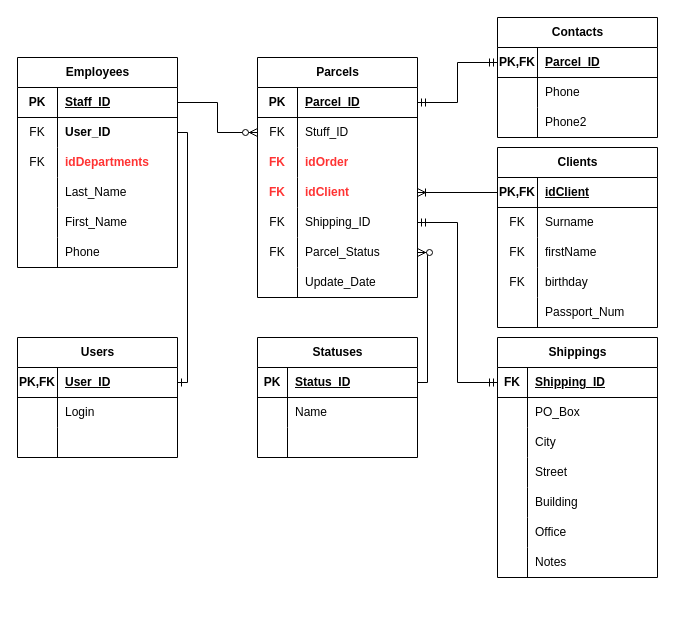
Earlier version of the draw.io diagram HW DB/DeliveryOrder.drawio.xml (vnukov-vv/AlfaCampus-SA). Source tidied: cells renumbered, new cells numbered last; positions are measured from the earlier drawing's top-left corner, leaving out a move shared by most shapes. Both pictures are drawn from the tidied source at 100%, with x=0, y=0 at pixel (17, 17).
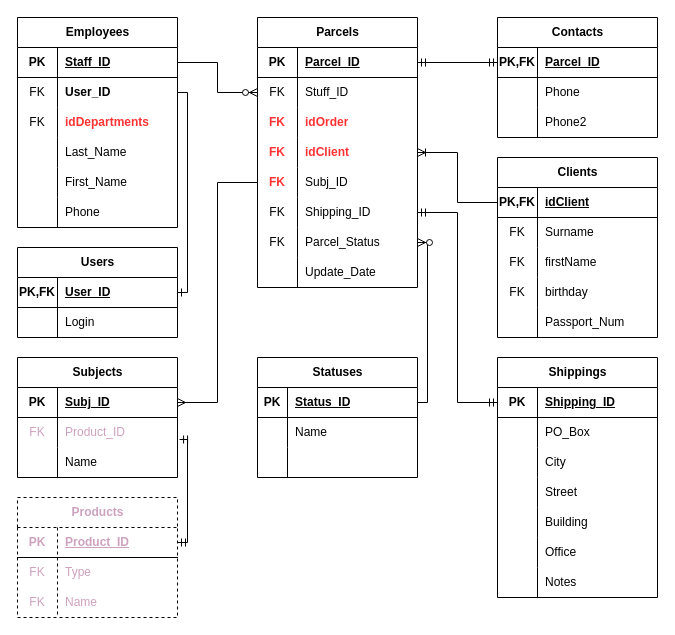
Above is the later version.

The change refers to these unchanged cells:
```xml
<mxCell id="61" style="shape=tableRow;horizontal=0;startSize=0;swimlaneHead=0;swimlaneBody=0;fillColor=none;points=[[0,0.5],[1,0.5]];portConstraint=eastwest;top=0;left=0;right=0;bottom=1;" parent="60" vertex="1">
  <mxGeometry y="30" width="160" height="30" as="geometry" />
</mxCell>
<mxCell id="64" style="shape=tableRow;horizontal=0;startSize=0;swimlaneHead=0;swimlaneBody=0;fillColor=none;top=0;left=0;right=0;bottom=0;" parent="60" vertex="1">
  <mxGeometry y="60" width="160" height="30" as="geometry" />
</mxCell>
<mxCell id="67" style="shape=tableRow;horizontal=0;startSize=0;swimlaneHead=0;swimlaneBody=0;fillColor=none;top=0;left=0;right=0;bottom=0;" parent="60" vertex="1">
  <mxGeometry y="90" width="160" height="30" as="geometry" />
</mxCell>
<mxCell id="70" style="shape=tableRow;horizontal=0;startSize=0;swimlaneHead=0;swimlaneBody=0;fillColor=none;top=0;left=0;right=0;bottom=0;" parent="60" vertex="1">
  <mxGeometry y="120" width="160" height="30" as="geometry" />
</mxCell>
<mxCell id="73" style="shape=tableRow;horizontal=0;startSize=0;swimlaneHead=0;swimlaneBody=0;fillColor=none;top=0;left=0;right=0;bottom=0;" parent="60" vertex="1">
  <mxGeometry y="150" width="160" height="30" as="geometry" />
</mxCell>
<mxCell id="76" style="shape=tableRow;horizontal=0;startSize=0;swimlaneHead=0;swimlaneBody=0;fillColor=none;top=0;left=0;right=0;bottom=0;" parent="60" vertex="1">
  <mxGeometry y="180" width="160" height="30" as="geometry" />
</mxCell>
<mxCell id="79" style="shape=tableRow;horizontal=0;startSize=0;swimlaneHead=0;swimlaneBody=0;fillColor=none;top=0;left=0;right=0;bottom=0;" parent="60" vertex="1">
  <mxGeometry y="210" width="160" height="30" as="geometry" />
</mxCell>
```

What changed in the source:
```diff
@@
     <mxCell id="2" value="Users" style="shape=table;startSize=30;childLayout=tableLayout;rowLines=0;fontStyle=1;align=center;html=1;" parent="1" vertex="1">
-      <mxGeometry y="320" width="160" height="120" as="geometry" />
+      <mxGeometry y="230" width="160" height="90" as="geometry" />
     </mxCell>
@@
-    <mxCell id="9" style="shape=tableRow;horizontal=0;startSize=0;swimlaneHead=0;swimlaneBody=0;fillColor=none;top=0;left=0;right=0;bottom=0;" parent="2" vertex="1">
-      <mxGeometry y="90" width="160" height="30" as="geometry" />
-    </mxCell>
-    <mxCell id="10" style="shape=partialRectangle;fillColor=none;top=0;left=0;bottom=0;right=0;overflow=hidden;whiteSpace=wrap;html=1;" parent="9" vertex="1">
-      <mxGeometry width="40" height="30" as="geometry" />
-    </mxCell>
-    <mxCell id="11" style="shape=partialRectangle;fillColor=none;top=0;left=0;bottom=0;right=0;align=left;spacingLeft=6;overflow=hidden;whiteSpace=wrap;html=1;" parent="9" vertex="1">
-      <mxGeometry x="40" width="120" height="30" as="geometry" />
-    </mxCell>
     <mxCell id="12" value="Parcels" style="shape=table;startSize=30;childLayout=tableLayout;rowLines=0;fontStyle=1;align=center;html=1;" parent="1" vertex="1">
-      <mxGeometry x="240" y="40" width="160" height="240" as="geometry" />
+      <mxGeometry x="240" width="160" height="270" as="geometry" />
     </mxCell>
@@
+    <mxCell id="117" style="shape=tableRow;horizontal=0;startSize=0;swimlaneHead=0;swimlaneBody=0;fillColor=none;points=[[0,0.5],[1,0.5]];portConstraint=eastwest;top=0;left=0;right=0;bottom=0;" parent="12" vertex="1">
+      <mxGeometry y="150" width="160" height="30" as="geometry" />
+    </mxCell>
+    <mxCell id="118" value="&lt;font color=&quot;#ff3333&quot;&gt;&lt;b&gt;FK&lt;/b&gt;&lt;/font&gt;" style="shape=partialRectangle;fillColor=none;top=0;left=0;bottom=0;right=0;overflow=hidden;whiteSpace=wrap;html=1;" parent="117" vertex="1">
+      <mxGeometry width="40" height="30" as="geometry" />
+    </mxCell>
+    <mxCell id="119" value="Subj_ID" style="shape=partialRectangle;fillColor=none;top=0;left=0;bottom=0;right=0;align=left;spacingLeft=6;overflow=hidden;whiteSpace=wrap;html=1;" parent="117" vertex="1">
+      <mxGeometry x="40" width="120" height="30" as="geometry" />
+    </mxCell>
     <mxCell id="25" style="shape=tableRow;horizontal=0;startSize=0;swimlaneHead=0;swimlaneBody=0;fillColor=none;points=[[0,0.5],[1,0.5]];portConstraint=eastwest;top=0;left=0;right=0;bottom=0;" parent="12" vertex="1">
-      <mxGeometry y="150" width="160" height="30" as="geometry" />
+      <mxGeometry y="180" width="160" height="30" as="geometry" />
     </mxCell>
@@
     <mxCell id="28" style="shape=tableRow;horizontal=0;startSize=0;swimlaneHead=0;swimlaneBody=0;fillColor=none;points=[[0,0.5],[1,0.5]];portConstraint=eastwest;top=0;left=0;right=0;bottom=0;" parent="12" vertex="1">
-      <mxGeometry y="180" width="160" height="30" as="geometry" />
+      <mxGeometry y="210" width="160" height="30" as="geometry" />
     </mxCell>
@@
     <mxCell id="31" style="shape=tableRow;horizontal=0;startSize=0;swimlaneHead=0;swimlaneBody=0;fillColor=none;top=0;left=0;right=0;bottom=0;" parent="12" vertex="1">
-      <mxGeometry y="210" width="160" height="30" as="geometry" />
+      <mxGeometry y="240" width="160" height="30" as="geometry" />
     </mxCell>
@@
     <mxCell id="34" value="Statuses" style="shape=table;startSize=30;childLayout=tableLayout;rowLines=0;fontStyle=1;align=center;html=1;" parent="1" vertex="1">
-      <mxGeometry x="240" y="320" width="160" height="120" as="geometry" />
+      <mxGeometry x="240" y="340" width="160" height="120" as="geometry" />
     </mxCell>
@@
     <mxCell id="44" value="Clients" style="shape=table;startSize=30;childLayout=tableLayout;rowLines=0;fontStyle=1;align=center;html=1;" parent="1" vertex="1">
-      <mxGeometry x="480" y="130" width="160" height="180" as="geometry" />
+      <mxGeometry x="480" y="140" width="160" height="180" as="geometry" />
     </mxCell>
@@
     <mxCell id="60" value="Shippings" style="shape=table;startSize=30;childLayout=tableLayout;rowLines=0;fontStyle=1;align=center;html=1;" parent="1" vertex="1">
-      <mxGeometry x="480" y="320" width="160" height="240" as="geometry" />
+      <mxGeometry x="480" y="340" width="160" height="240" as="geometry" />
     </mxCell>
@@
-    <mxCell id="62" value="FK" style="shape=partialRectangle;fillColor=none;top=0;left=0;bottom=0;right=0;fontStyle=1;overflow=hidden;whiteSpace=wrap;html=1;" parent="61" vertex="1">
-      <mxGeometry width="30" height="30" as="geometry" />
+    <mxCell id="62" value="PK" style="shape=partialRectangle;fillColor=none;top=0;left=0;bottom=0;right=0;fontStyle=1;overflow=hidden;whiteSpace=wrap;html=1;" parent="61" vertex="1">
+      <mxGeometry width="40" height="30" as="geometry" />
     </mxCell>
     <mxCell id="63" value="Shipping_ID" style="shape=partialRectangle;fillColor=none;top=0;left=0;bottom=0;right=0;align=left;spacingLeft=6;fontStyle=5;overflow=hidden;whiteSpace=wrap;html=1;" parent="61" vertex="1">
-      <mxGeometry x="30" width="130" height="30" as="geometry" />
+      <mxGeometry x="40" width="120" height="30" as="geometry" />
     </mxCell>
@@
     <mxCell id="65" style="shape=partialRectangle;fillColor=none;top=0;left=0;bottom=0;right=0;overflow=hidden;whiteSpace=wrap;html=1;" parent="64" vertex="1">
-      <mxGeometry width="30" height="30" as="geometry" />
+      <mxGeometry width="40" height="30" as="geometry" />
     </mxCell>
     <mxCell id="66" value="PO_Box" style="shape=partialRectangle;fillColor=none;top=0;left=0;bottom=0;right=0;align=left;spacingLeft=6;overflow=hidden;whiteSpace=wrap;html=1;" parent="64" vertex="1">
-      <mxGeometry x="30" width="130" height="30" as="geometry" />
+      <mxGeometry x="40" width="120" height="30" as="geometry" />
     </mxCell>
@@
     <mxCell id="68" style="shape=partialRectangle;fillColor=none;top=0;left=0;bottom=0;right=0;overflow=hidden;whiteSpace=wrap;html=1;" parent="67" vertex="1">
-      <mxGeometry width="30" height="30" as="geometry" />
+      <mxGeometry width="40" height="30" as="geometry" />
     </mxCell>
     <mxCell id="69" value="City" style="shape=partialRectangle;fillColor=none;top=0;left=0;bottom=0;right=0;align=left;spacingLeft=6;overflow=hidden;whiteSpace=wrap;html=1;" parent="67" vertex="1">
-      <mxGeometry x="30" width="130" height="30" as="geometry" />
+      <mxGeometry x="40" width="120" height="30" as="geometry" />
     </mxCell>
@@
     <mxCell id="71" style="shape=partialRectangle;fillColor=none;top=0;left=0;bottom=0;right=0;overflow=hidden;whiteSpace=wrap;html=1;" parent="70" vertex="1">
-      <mxGeometry width="30" height="30" as="geometry" />
+      <mxGeometry width="40" height="30" as="geometry" />
     </mxCell>
     <mxCell id="72" value="Street" style="shape=partialRectangle;fillColor=none;top=0;left=0;bottom=0;right=0;align=left;spacingLeft=6;overflow=hidden;whiteSpace=wrap;html=1;" parent="70" vertex="1">
-      <mxGeometry x="30" width="130" height="30" as="geometry" />
+      <mxGeometry x="40" width="120" height="30" as="geometry" />
     </mxCell>
@@
     <mxCell id="74" style="shape=partialRectangle;fillColor=none;top=0;left=0;bottom=0;right=0;overflow=hidden;whiteSpace=wrap;html=1;" parent="73" vertex="1">
-      <mxGeometry width="30" height="30" as="geometry" />
+      <mxGeometry width="40" height="30" as="geometry" />
     </mxCell>
     <mxCell id="75" value="Building" style="shape=partialRectangle;fillColor=none;top=0;left=0;bottom=0;right=0;align=left;spacingLeft=6;overflow=hidden;whiteSpace=wrap;html=1;" parent="73" vertex="1">
-      <mxGeometry x="30" width="130" height="30" as="geometry" />
+      <mxGeometry x="40" width="120" height="30" as="geometry" />
     </mxCell>
@@
     <mxCell id="77" style="shape=partialRectangle;fillColor=none;top=0;left=0;bottom=0;right=0;overflow=hidden;whiteSpace=wrap;html=1;" parent="76" vertex="1">
-      <mxGeometry width="30" height="30" as="geometry" />
+      <mxGeometry width="40" height="30" as="geometry" />
     </mxCell>
     <mxCell id="78" value="Office" style="shape=partialRectangle;fillColor=none;top=0;left=0;bottom=0;right=0;align=left;spacingLeft=6;overflow=hidden;whiteSpace=wrap;html=1;" parent="76" vertex="1">
-      <mxGeometry x="30" width="130" height="30" as="geometry" />
+      <mxGeometry x="40" width="120" height="30" as="geometry" />
     </mxCell>
@@
     <mxCell id="80" style="shape=partialRectangle;fillColor=none;top=0;left=0;bottom=0;right=0;overflow=hidden;whiteSpace=wrap;html=1;" parent="79" vertex="1">
-      <mxGeometry width="30" height="30" as="geometry" />
+      <mxGeometry width="40" height="30" as="geometry" />
     </mxCell>
     <mxCell id="81" value="Notes" style="shape=partialRectangle;fillColor=none;top=0;left=0;bottom=0;right=0;align=left;spacingLeft=6;overflow=hidden;whiteSpace=wrap;html=1;" parent="79" vertex="1">
-      <mxGeometry x="30" width="130" height="30" as="geometry" />
+      <mxGeometry x="40" width="120" height="30" as="geometry" />
     </mxCell>
     <mxCell id="82" value="Employees" style="shape=table;startSize=30;childLayout=tableLayout;rowLines=0;fontStyle=1;align=center;html=1;" parent="1" vertex="1">
-      <mxGeometry y="40" width="160" height="210" as="geometry" />
+      <mxGeometry width="160" height="210" as="geometry" />
     </mxCell>
@@
+    <mxCell id="120" value="&lt;font&gt;Products&lt;/font&gt;" style="shape=table;startSize=30;childLayout=tableLayout;rowLines=0;fontStyle=1;align=center;html=1;dashed=1;fontColor=#CDA2BE;" parent="1" vertex="1">
+      <mxGeometry y="480" width="160" height="120" as="geometry" />
+    </mxCell>
+    <mxCell id="121" style="shape=tableRow;horizontal=0;startSize=0;swimlaneHead=0;swimlaneBody=0;fillColor=none;points=[[0,0.5],[1,0.5]];portConstraint=eastwest;top=0;left=0;right=0;bottom=1;fontColor=#CDA2BE;" parent="120" vertex="1">
+      <mxGeometry y="30" width="160" height="30" as="geometry" />
+    </mxCell>
+    <mxCell id="122" value="PK" style="shape=partialRectangle;fillColor=none;top=0;left=0;bottom=0;right=0;fontStyle=1;overflow=hidden;whiteSpace=wrap;html=1;fontColor=#CDA2BE;" parent="121" vertex="1">
+      <mxGeometry width="40" height="30" as="geometry" />
+    </mxCell>
+    <mxCell id="123" value="Product_ID" style="shape=partialRectangle;fillColor=none;top=0;left=0;bottom=0;right=0;align=left;spacingLeft=6;fontStyle=5;overflow=hidden;whiteSpace=wrap;html=1;fontColor=#CDA2BE;" parent="121" vertex="1">
+      <mxGeometry x="40" width="120" height="30" as="geometry" />
+    </mxCell>
+    <mxCell id="124" style="shape=tableRow;horizontal=0;startSize=0;swimlaneHead=0;swimlaneBody=0;fillColor=none;top=0;left=0;right=0;bottom=0;fontColor=#CDA2BE;" parent="120" vertex="1">
+      <mxGeometry y="60" width="160" height="30" as="geometry" />
+    </mxCell>
+    <mxCell id="125" value="FK" style="shape=partialRectangle;fillColor=none;top=0;left=0;bottom=0;right=0;overflow=hidden;whiteSpace=wrap;html=1;fontColor=#CDA2BE;" parent="124" vertex="1">
+      <mxGeometry width="40" height="30" as="geometry" />
+    </mxCell>
+    <mxCell id="126" value="Type" style="shape=partialRectangle;fillColor=none;top=0;left=0;bottom=0;right=0;align=left;spacingLeft=6;overflow=hidden;whiteSpace=wrap;html=1;fontColor=#CDA2BE;" parent="124" vertex="1">
+      <mxGeometry x="40" width="120" height="30" as="geometry" />
+    </mxCell>
+    <mxCell id="127" style="shape=tableRow;horizontal=0;startSize=0;swimlaneHead=0;swimlaneBody=0;fillColor=none;top=0;left=0;right=0;bottom=0;fontColor=#CDA2BE;" parent="120" vertex="1">
+      <mxGeometry y="90" width="160" height="30" as="geometry" />
+    </mxCell>
+    <mxCell id="128" value="FK" style="shape=partialRectangle;fillColor=none;top=0;left=0;bottom=0;right=0;overflow=hidden;whiteSpace=wrap;html=1;fontColor=#CDA2BE;" parent="127" vertex="1">
+      <mxGeometry width="40" height="30" as="geometry" />
+    </mxCell>
+    <mxCell id="129" value="Name" style="shape=partialRectangle;fillColor=none;top=0;left=0;bottom=0;right=0;align=left;spacingLeft=6;overflow=hidden;whiteSpace=wrap;html=1;fontColor=#CDA2BE;" parent="127" vertex="1">
+      <mxGeometry x="40" width="120" height="30" as="geometry" />
+    </mxCell>
+    <mxCell id="130" value="Subjects" style="shape=table;startSize=30;childLayout=tableLayout;rowLines=0;fontStyle=1;align=center;html=1;" parent="1" vertex="1">
+      <mxGeometry y="340" width="160" height="120" as="geometry" />
+    </mxCell>
+    <mxCell id="131" style="shape=tableRow;horizontal=0;startSize=0;swimlaneHead=0;swimlaneBody=0;fillColor=none;points=[[0,0.5],[1,0.5]];portConstraint=eastwest;top=0;left=0;right=0;bottom=1;" parent="130" vertex="1">
+      <mxGeometry y="30" width="160" height="30" as="geometry" />
+    </mxCell>
+    <mxCell id="132" value="PK" style="shape=partialRectangle;fillColor=none;top=0;left=0;bottom=0;right=0;fontStyle=1;overflow=hidden;whiteSpace=wrap;html=1;" parent="131" vertex="1">
+      <mxGeometry width="40" height="30" as="geometry" />
+    </mxCell>
+    <mxCell id="133" value="Subj_ID" style="shape=partialRectangle;fillColor=none;top=0;left=0;bottom=0;right=0;align=left;spacingLeft=6;fontStyle=5;overflow=hidden;whiteSpace=wrap;html=1;" parent="131" vertex="1">
+      <mxGeometry x="40" width="120" height="30" as="geometry" />
+    </mxCell>
+    <mxCell id="134" style="shape=tableRow;horizontal=0;startSize=0;swimlaneHead=0;swimlaneBody=0;fillColor=none;points=[[0,0.5],[1,0.5]];portConstraint=eastwest;top=0;left=0;right=0;bottom=0;" parent="130" vertex="1">
+      <mxGeometry y="60" width="160" height="30" as="geometry" />
+    </mxCell>
+    <mxCell id="135" value="FK" style="shape=partialRectangle;fillColor=none;top=0;left=0;bottom=0;right=0;overflow=hidden;whiteSpace=wrap;html=1;fontColor=#CDA2BE;" parent="134" vertex="1">
+      <mxGeometry width="40" height="30" as="geometry" />
+    </mxCell>
+    <mxCell id="136" value="Product_ID" style="shape=partialRectangle;fillColor=none;top=0;left=0;bottom=0;right=0;align=left;spacingLeft=6;overflow=hidden;whiteSpace=wrap;html=1;fontColor=#CDA2BE;" parent="134" vertex="1">
+      <mxGeometry x="40" width="120" height="30" as="geometry" />
+    </mxCell>
+    <mxCell id="9" style="shape=tableRow;horizontal=0;startSize=0;swimlaneHead=0;swimlaneBody=0;fillColor=none;top=0;left=0;right=0;bottom=0;" parent="130" vertex="1">
+      <mxGeometry y="90" width="160" height="30" as="geometry" />
+    </mxCell>
+    <mxCell id="10" style="shape=partialRectangle;fillColor=none;top=0;left=0;bottom=0;right=0;overflow=hidden;whiteSpace=wrap;html=1;" parent="9" vertex="1">
+      <mxGeometry width="40" height="30" as="geometry" />
+    </mxCell>
+    <mxCell id="137" value="Name" style="shape=partialRectangle;fillColor=none;top=0;left=0;bottom=0;right=0;align=left;spacingLeft=6;overflow=hidden;whiteSpace=wrap;html=1;" parent="9" vertex="1">
+      <mxGeometry x="40" width="120" height="30" as="geometry" />
+    </mxCell>
+    <mxCell id="138" style="edgeStyle=orthogonalEdgeStyle;fontSize=12;html=1;endArrow=ERmany;rounded=0;exitX=0;exitY=0.5;exitDx=0;exitDy=0;entryX=1;entryY=0.5;entryDx=0;entryDy=0;" parent="1" edge="1" source="117" target="131">
+      <mxGeometry relative="1" as="geometry" />
+    </mxCell>
+    <mxCell id="139" style="edgeStyle=orthogonalEdgeStyle;fontSize=12;html=1;endArrow=ERmandOne;startArrow=ERmandOne;rounded=0;entryX=1.013;entryY=0.733;entryDx=0;entryDy=0;entryPerimeter=0;exitX=1;exitY=0.5;exitDx=0;exitDy=0;" parent="1" edge="1" source="121" target="134">
+      <mxGeometry relative="1" as="geometry" />
+    </mxCell>
```
